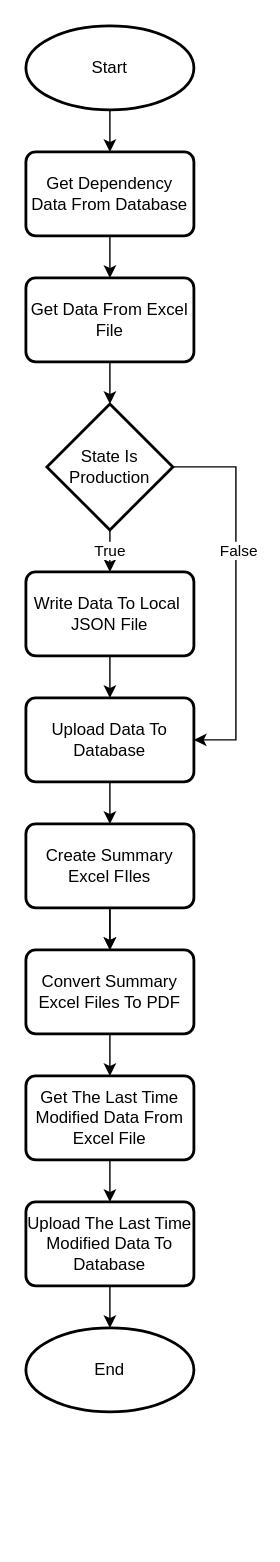
Above: diagrams/api/main_flowchart_diagram.drawio in astrantialabs/finance-recap (draw.io), before the change. Source tidied: cells renumbered, new cells numbered last; positions are measured from the earlier drawing's top-left corner, leaving out a move shared by most shapes. Both pictures are drawn from the tidied source at 140%, with x=0, y=0 at pixel (25, 25).
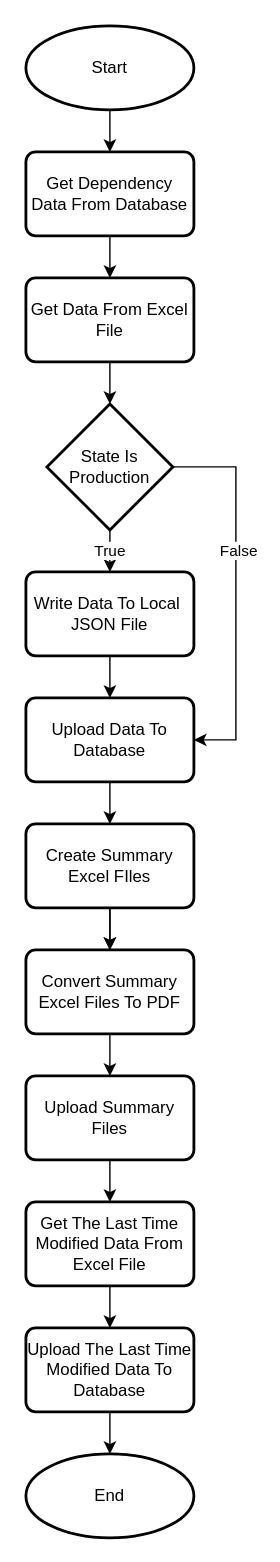
The same diagram, later.

The change refers to these unchanged cells:
```xml
<mxCell id="20" value="Convert Summary Excel Files To PDF" style="rounded=1;whiteSpace=wrap;html=1;absoluteArcSize=1;arcSize=14;strokeWidth=2;" parent="1" vertex="1">
  <mxGeometry y="660" width="120" height="60" as="geometry" />
</mxCell>
```

The edit, as a diff of the source:
```diff
@@
-    <mxCell id="19" style="edgeStyle=orthogonalEdgeStyle;rounded=0;jettySize=auto;html=1;entryX=0.5;entryY=0;entryDx=0;entryDy=0;" parent="1" edge="1" source="20" target="22">
-      <mxGeometry relative="1" as="geometry" />
-    </mxCell>
+    <mxCell id="26" style="edgeStyle=orthogonalEdgeStyle;rounded=0;jettySize=auto;html=1;" parent="1" edge="1" source="20">
+      <mxGeometry relative="1" as="geometry">
+        <mxPoint x="60" y="750" as="targetPoint" />
+      </mxGeometry>
+    </mxCell>
@@
     <mxCell id="22" value="Get The Last Time Modified Data From Excel File" style="rounded=1;whiteSpace=wrap;html=1;absoluteArcSize=1;arcSize=14;strokeWidth=2;" parent="1" vertex="1">
-      <mxGeometry y="750" width="120" height="60" as="geometry" />
+      <mxGeometry y="840" width="120" height="60" as="geometry" />
     </mxCell>
@@
     <mxCell id="24" value="Upload The Last Time Modified Data To Database" style="rounded=1;whiteSpace=wrap;html=1;absoluteArcSize=1;arcSize=14;strokeWidth=2;" parent="1" vertex="1">
-      <mxGeometry y="840" width="120" height="60" as="geometry" />
+      <mxGeometry y="930" width="120" height="60" as="geometry" />
     </mxCell>
     <mxCell id="25" value="End" style="strokeWidth=2;html=1;shape=mxgraph.flowchart.start_1;whiteSpace=wrap;" parent="1" vertex="1">
-      <mxGeometry y="930" width="120" height="60" as="geometry" />
+      <mxGeometry y="1020" width="120" height="60" as="geometry" />
     </mxCell>
+    <mxCell id="27" style="edgeStyle=orthogonalEdgeStyle;rounded=0;jettySize=auto;html=1;" parent="1" edge="1" source="28" target="22">
+      <mxGeometry relative="1" as="geometry" />
+    </mxCell>
+    <mxCell id="28" value="Upload Summary Files" style="rounded=1;whiteSpace=wrap;html=1;absoluteArcSize=1;arcSize=14;strokeWidth=2;" parent="1" vertex="1">
+      <mxGeometry y="750" width="120" height="60" as="geometry" />
+    </mxCell>
```
